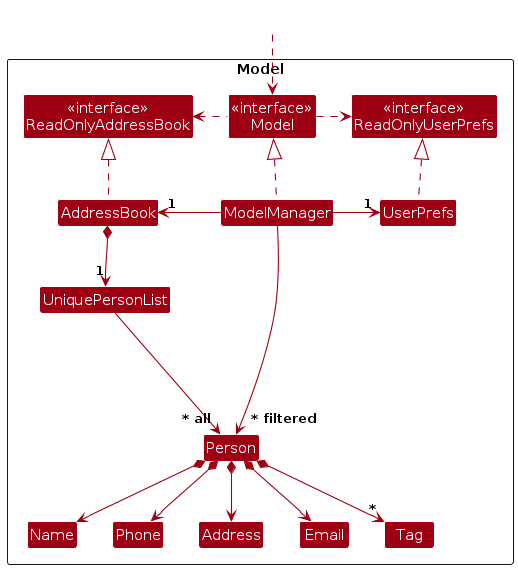
This is diagrams/ModelClassDiagram.png from AY2627S1-CS2103T-T16-2/tp, a PlantUML export, as it was before one commit. Its source is kept beside it as diagrams/ModelClassDiagram.puml.
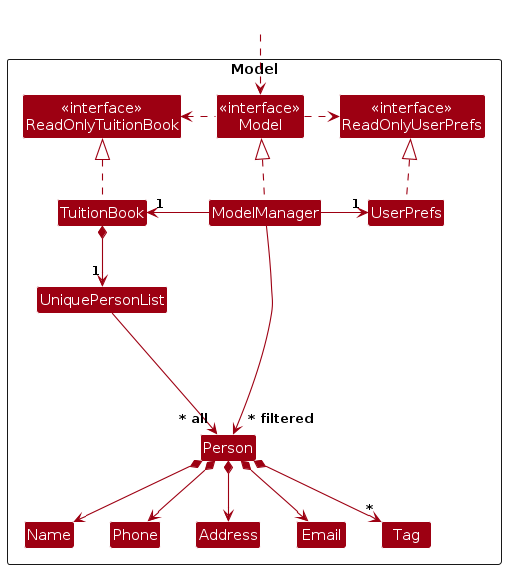
After the change.

What changed in the source:
```diff
@@ -5,10 +5,10 @@
 skinparam classBackgroundColor MODEL_COLOR
 
 Package Model as ModelPackage <<Rectangle>>{
-Class "<<interface>>\nReadOnlyAddressBook" as ReadOnlyAddressBook
+Class "<<interface>>\nReadOnlyTuitionBook" as ReadOnlyTuitionBook
 Class "<<interface>>\nReadOnlyUserPrefs" as ReadOnlyUserPrefs
 Class "<<interface>>\nModel" as Model
-Class AddressBook
+Class TuitionBook
 Class ModelManager
 Class UserPrefs
 
@@ -26,16 +26,16 @@
 Class HiddenOutside #FFFFFF
 HiddenOutside ..> Model
 
-AddressBook .up.|> ReadOnlyAddressBook
+TuitionBook .up.|> ReadOnlyTuitionBook
 
 ModelManager .up.|> Model
 Model .right.> ReadOnlyUserPrefs
-Model .left.> ReadOnlyAddressBook
-ModelManager -left-> "1" AddressBook
+Model .left.> ReadOnlyTuitionBook
+ModelManager -left-> "1" TuitionBook
 ModelManager -right-> "1" UserPrefs
 UserPrefs .up.|> ReadOnlyUserPrefs
 
-AddressBook *--> "1" UniquePersonList
+TuitionBook *--> "1" UniquePersonList
 UniquePersonList --> "~* all" Person
 Person *--> Name
 Person *--> Phone
```
